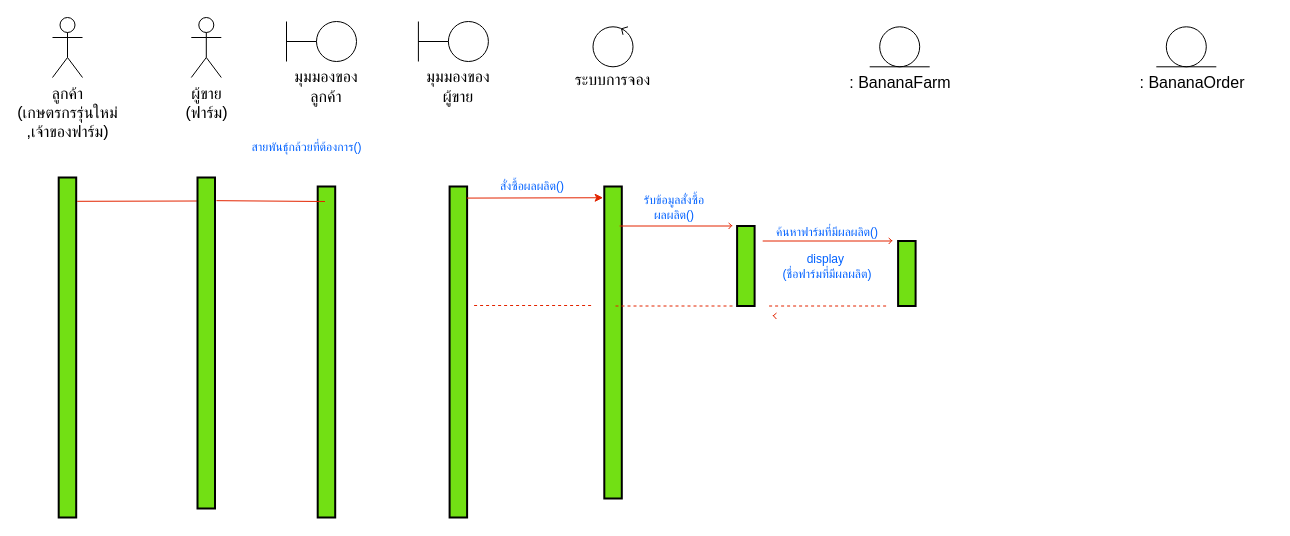
This is page "sequence" (2 of 2) of usecase(2).drawio from Phichayapa48/ProjectDetail2.github.io, a draw.io file, before an edit. Source tidied: cells renumbered, new cells numbered last; positions are measured from the earlier drawing's top-left corner, leaving out a move shared by most shapes. Both pictures are drawn from the tidied source at 100%, with x=0, y=0 at pixel (52, 17).
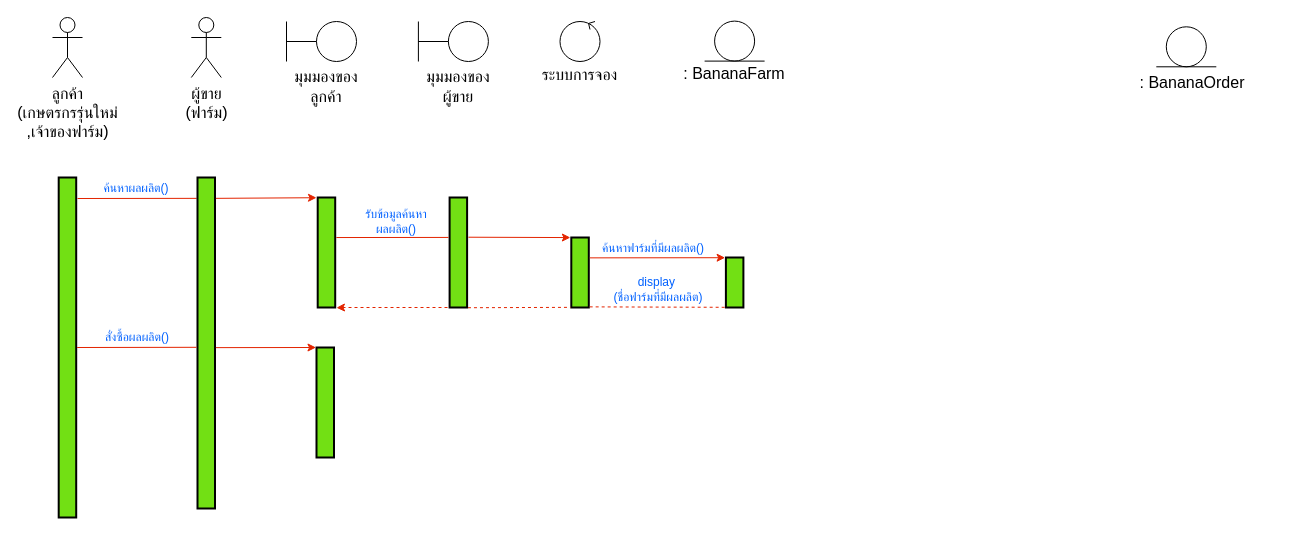
After the change.

The change refers to these unchanged cells:
```xml
<mxCell id="18" style="rounded=0;whiteSpace=wrap;html=1;fillColor=#72E014;strokeWidth=2;" parent="1" vertex="1">
  <mxGeometry x="6.2" y="160" width="17.5" height="340" as="geometry" />
</mxCell>
<mxCell id="21" style="rounded=0;whiteSpace=wrap;html=1;fillColor=#72E014;strokeWidth=2;" parent="1" vertex="1">
  <mxGeometry x="145" y="160" width="17.5" height="331" as="geometry" />
</mxCell>
```

The edit, as a diff of the source:
```diff
@@
     <mxCell id="8" style="ellipse;whiteSpace=wrap;html=1;" parent="1" vertex="1">
-      <mxGeometry x="540.5" y="9.3" width="40" height="40" as="geometry" />
+      <mxGeometry x="507.5" y="4" width="40" height="40" as="geometry" />
     </mxCell>
     <mxCell id="9" style="endArrow=none;html=1;rounded=0;exitX=0.717;exitY=0.048;exitDx=0;exitDy=0;exitPerimeter=0;" parent="1" edge="1" source="8">
       <mxGeometry relative="1" as="geometry">
-        <mxPoint x="575.5" y="9.3" as="targetPoint" />
+        <mxPoint x="542.5" y="4" as="targetPoint" />
       </mxGeometry>
     </mxCell>
     <mxCell id="10" style="endArrow=none;html=1;rounded=0;entryX=0.716;entryY=0.055;entryDx=0;entryDy=0;entryPerimeter=0;" parent="1" edge="1" target="8">
       <mxGeometry relative="1" as="geometry">
-        <mxPoint x="570.5" y="17.3" as="sourcePoint" />
+        <mxPoint x="537.5" y="12" as="sourcePoint" />
       </mxGeometry>
     </mxCell>
     <mxCell id="11" value="ระบบการจอง" style="text;html=1;align=center;verticalAlign=middle;whiteSpace=wrap;rounded=0;fontSize=16;" parent="1" vertex="1">
-      <mxGeometry x="513" y="45.3" width="95" height="34" as="geometry" />
+      <mxGeometry x="480" y="40" width="95" height="34" as="geometry" />
     </mxCell>
     <mxCell id="12" style="ellipse;whiteSpace=wrap;html=1;" parent="1" vertex="1">
-      <mxGeometry x="827.2" y="9.3" width="40" height="40" as="geometry" />
+      <mxGeometry x="662.1" y="3.6" width="40" height="40" as="geometry" />
     </mxCell>
     <mxCell id="13" style="endArrow=none;html=1;rounded=0;" parent="1" edge="1">
       <mxGeometry relative="1" as="geometry">
-        <mxPoint x="817.2" y="49.3" as="sourcePoint" />
-        <mxPoint x="877.2" y="49.3" as="targetPoint" />
+        <mxPoint x="652.1" y="43.6" as="sourcePoint" />
+        <mxPoint x="712.1" y="43.6" as="targetPoint" />
       </mxGeometry>
     </mxCell>
     <mxCell id="14" value=": BananaFarm" style="text;html=1;align=center;verticalAlign=middle;whiteSpace=wrap;rounded=0;fontSize=16;" parent="1" vertex="1">
-      <mxGeometry x="773.5" y="50" width="147.5" height="30" as="geometry" />
+      <mxGeometry x="608.4" y="40.7" width="147.5" height="30" as="geometry" />
     </mxCell>
@@
-    <mxCell id="19" style="endArrow=none;html=1;rounded=0;strokeColor=light-dark(#e32400, #ededed);exitX=1.054;exitY=0.07;exitDx=0;exitDy=0;exitPerimeter=0;entryX=-0.039;entryY=0.071;entryDx=0;entryDy=0;entryPerimeter=0;" parent="1" edge="1" source="18" target="21">
-      <mxGeometry relative="1" as="geometry" />
+    <mxCell id="19" style="endArrow=none;html=1;rounded=0;strokeColor=light-dark(#e32400, #ededed);entryX=-0.049;entryY=0.063;entryDx=0;entryDy=0;entryPerimeter=0;" parent="1" edge="1" target="21">
+      <mxGeometry relative="1" as="geometry">
+        <mxPoint x="25" y="181" as="sourcePoint" />
+      </mxGeometry>
     </mxCell>
@@
     <mxCell id="22" style="rounded=0;whiteSpace=wrap;html=1;fillColor=#72E014;strokeWidth=2;" parent="1" vertex="1">
-      <mxGeometry x="397.1" y="169" width="17.5" height="331" as="geometry" />
+      <mxGeometry x="397.1" y="180" width="17.5" height="110" as="geometry" />
     </mxCell>
-    <mxCell id="23" value="สายพันธุ์กล้วยที่ต้องการ()" style="text;html=1;align=center;verticalAlign=middle;whiteSpace=wrap;rounded=0;fontColor=light-dark(#0061ff, #ededed);" parent="1" vertex="1">
-      <mxGeometry x="185" y="115" width="139" height="30" as="geometry" />
-    </mxCell>
     <mxCell id="24" style="rounded=0;whiteSpace=wrap;html=1;fillColor=#72E014;strokeWidth=2;" parent="1" vertex="1">
-      <mxGeometry x="551.8" y="169" width="17.5" height="312" as="geometry" />
+      <mxGeometry x="518.8" y="220" width="17.5" height="70" as="geometry" />
     </mxCell>
-    <mxCell id="25" value="สั่งซื้อผลผลิต()" style="text;html=1;align=center;verticalAlign=middle;whiteSpace=wrap;rounded=0;fontColor=light-dark(#0061ff, #ededed);fontSize=12;" parent="1" vertex="1">
-      <mxGeometry x="418.8" y="154" width="121.8" height="30" as="geometry" />
+    <mxCell id="25" value="ค้นหาผลผลิต()" style="text;html=1;align=center;verticalAlign=middle;whiteSpace=wrap;rounded=0;fontColor=light-dark(#0061ff, #ededed);fontSize=12;" parent="1" vertex="1">
+      <mxGeometry x="23.2" y="156" width="121.8" height="30" as="geometry" />
     </mxCell>
     <mxCell id="26" style="rounded=0;whiteSpace=wrap;html=1;fillColor=#72E014;strokeWidth=2;" parent="1" vertex="1">
-      <mxGeometry x="684.6" y="208.5" width="17.5" height="80" as="geometry" />
+      <mxGeometry x="673.4" y="240" width="17.5" height="50" as="geometry" />
     </mxCell>
@@
-    <mxCell id="29" value="รับข้อมูลสั่งซื้อ&lt;div&gt;ผลผลิต()&lt;/div&gt;" style="text;html=1;align=center;verticalAlign=middle;whiteSpace=wrap;rounded=0;fontColor=light-dark(#0061ff, #ededed);fontSize=12;" parent="1" vertex="1">
-      <mxGeometry x="560.9" y="175" width="121.8" height="30" as="geometry" />
+    <mxCell id="29" value="รับข้อมูลค้นหา&lt;div&gt;ผลผลิต()&lt;/div&gt;" style="text;html=1;align=center;verticalAlign=middle;whiteSpace=wrap;rounded=0;fontColor=light-dark(#0061ff, #ededed);fontSize=12;" parent="1" vertex="1">
+      <mxGeometry x="282.8" y="191" width="121.8" height="25" as="geometry" />
     </mxCell>
-    <mxCell id="30" style="endArrow=none;html=1;rounded=0;strokeColor=light-dark(#e32400, #ededed);" parent="1" edge="1">
-      <mxGeometry relative="1" as="geometry">
-        <mxPoint x="567.1" y="208.5" as="sourcePoint" />
-        <mxPoint x="678.6" y="208.5" as="targetPoint" />
-      </mxGeometry>
-    </mxCell>
-    <mxCell id="31" style="endArrow=none;html=1;rounded=0;strokeColor=#E32400;" parent="1" edge="1">
-      <mxGeometry relative="1" as="geometry">
-        <mxPoint x="680.1" y="208.7" as="sourcePoint" />
-        <mxPoint x="679.9" y="208.5" as="targetPoint" />
-      </mxGeometry>
-    </mxCell>
-    <mxCell id="32" style="endArrow=none;html=1;rounded=0;strokeColor=#E32400;entryX=-0.038;entryY=-0.002;entryDx=0;entryDy=0;entryPerimeter=0;" parent="1" edge="1">
-      <mxGeometry relative="1" as="geometry">
-        <mxPoint x="676.1" y="211.5" as="sourcePoint" />
-        <mxPoint x="679.5" y="207.8" as="targetPoint" />
-      </mxGeometry>
-    </mxCell>
-    <mxCell id="33" style="endArrow=none;html=1;rounded=0;strokeColor=#E32400;entryX=-0.036;entryY=0;entryDx=0;entryDy=0;entryPerimeter=0;" parent="1" edge="1">
-      <mxGeometry relative="1" as="geometry">
-        <mxPoint x="676.1" y="205.5" as="sourcePoint" />
-        <mxPoint x="679.6" y="208.5" as="targetPoint" />
-      </mxGeometry>
-    </mxCell>
-    <mxCell id="34" style="rounded=0;whiteSpace=wrap;html=1;fillColor=#72E014;strokeWidth=2;" parent="1" vertex="1">
-      <mxGeometry x="845.6" y="223.5" width="17.5" height="65" as="geometry" />
-    </mxCell>
     <mxCell id="35" value="ค้นหาฟาร์มที่มีผลผลิต()" style="text;html=1;align=center;verticalAlign=middle;whiteSpace=wrap;rounded=0;fontColor=light-dark(#0061ff, #ededed);fontSize=12;" parent="1" vertex="1">
-      <mxGeometry x="713.9" y="199.5" width="121.8" height="30" as="geometry" />
+      <mxGeometry x="540.4" y="216" width="121.8" height="30" as="geometry" />
     </mxCell>
-    <mxCell id="36" style="endArrow=none;html=1;rounded=0;strokeColor=light-dark(#e32400, #ededed);" parent="1" edge="1">
-      <mxGeometry relative="1" as="geometry">
-        <mxPoint x="710.2" y="223.5" as="sourcePoint" />
-        <mxPoint x="838.7" y="223.5" as="targetPoint" />
-      </mxGeometry>
-    </mxCell>
@@
-    <mxCell id="38" style="endArrow=none;html=1;rounded=0;strokeColor=#E32400;entryX=-0.038;entryY=-0.002;entryDx=0;entryDy=0;entryPerimeter=0;" parent="1" edge="1">
-      <mxGeometry relative="1" as="geometry">
-        <mxPoint x="836.2" y="226.5" as="sourcePoint" />
-        <mxPoint x="839.6" y="222.8" as="targetPoint" />
-      </mxGeometry>
-    </mxCell>
-    <mxCell id="39" style="endArrow=none;html=1;rounded=0;strokeColor=#E32400;entryX=-0.036;entryY=0;entryDx=0;entryDy=0;entryPerimeter=0;" parent="1" edge="1">
-      <mxGeometry relative="1" as="geometry">
-        <mxPoint x="836.2" y="220.5" as="sourcePoint" />
-        <mxPoint x="839.6" y="223.5" as="targetPoint" />
-      </mxGeometry>
-    </mxCell>
     <mxCell id="40" value="display&amp;nbsp;&lt;div&gt;(ชื่อฟาร์มที่มีผลผลิต)&lt;/div&gt;" style="text;html=1;align=center;verticalAlign=middle;whiteSpace=wrap;rounded=0;fontColor=light-dark(#0061ff, #ededed);fontSize=12;" parent="1" vertex="1">
-      <mxGeometry x="702.7" y="233.5" width="144.2" height="30" as="geometry" />
+      <mxGeometry x="534" y="257" width="144.2" height="30" as="geometry" />
     </mxCell>
-    <mxCell id="41" style="endArrow=none;html=1;rounded=0;strokeColor=#E32400;" parent="1" edge="1">
-      <mxGeometry relative="1" as="geometry">
-        <mxPoint x="714.5" y="288.5" as="sourcePoint" />
-        <mxPoint x="714.3" y="288.7" as="targetPoint" />
-      </mxGeometry>
-    </mxCell>
-    <mxCell id="42" style="endArrow=none;dashed=1;html=1;rounded=0;strokeColor=light-dark(#E32400,#EDEDED);" parent="1" edge="1">
-      <mxGeometry relative="1" as="geometry">
-        <mxPoint x="716.6" y="288.5" as="sourcePoint" />
-        <mxPoint x="834.2" y="288.5" as="targetPoint" />
-      </mxGeometry>
+    <mxCell id="42" style="endArrow=none;dashed=1;html=1;rounded=0;strokeColor=light-dark(#E32400,#EDEDED);entryX=-0.059;entryY=0.996;entryDx=0;entryDy=0;entryPerimeter=0;exitX=1.05;exitY=0.991;exitDx=0;exitDy=0;exitPerimeter=0;" parent="1" edge="1" source="24" target="26">
+      <mxGeometry relative="1" as="geometry" />
     </mxCell>
@@
-    <mxCell id="47" style="endArrow=none;html=1;rounded=0;strokeColor=#E32400;" parent="1" edge="1">
-      <mxGeometry relative="1" as="geometry">
-        <mxPoint x="724.5" y="298.5" as="sourcePoint" />
-        <mxPoint x="724.3" y="298.7" as="targetPoint" />
-      </mxGeometry>
-    </mxCell>
-    <mxCell id="48" style="endArrow=none;html=1;rounded=0;strokeColor=#E32400;entryX=-0.038;entryY=-0.002;entryDx=0;entryDy=0;entryPerimeter=0;" parent="1" edge="1">
-      <mxGeometry relative="1" as="geometry">
-        <mxPoint x="720.5" y="297.8" as="sourcePoint" />
-        <mxPoint x="723.9" y="301.5" as="targetPoint" />
-      </mxGeometry>
-    </mxCell>
-    <mxCell id="49" style="endArrow=none;html=1;rounded=0;strokeColor=#E32400;entryX=-0.036;entryY=0;entryDx=0;entryDy=0;entryPerimeter=0;" parent="1" edge="1">
-      <mxGeometry relative="1" as="geometry">
-        <mxPoint x="720.5" y="298.5" as="sourcePoint" />
-        <mxPoint x="724" y="295.5" as="targetPoint" />
-      </mxGeometry>
-    </mxCell>
-    <mxCell id="50" style="endArrow=none;dashed=1;html=1;rounded=0;strokeColor=light-dark(#E32400,#EDEDED);" parent="1" edge="1">
-      <mxGeometry relative="1" as="geometry">
-        <mxPoint x="563" y="288.5" as="sourcePoint" />
-        <mxPoint x="680.5" y="288.5" as="targetPoint" />
-      </mxGeometry>
-    </mxCell>
-    <mxCell id="51" style="endArrow=none;dashed=1;html=1;rounded=0;strokeColor=light-dark(#E32400,#EDEDED);" parent="1" edge="1">
-      <mxGeometry relative="1" as="geometry">
-        <mxPoint x="421.6" y="288" as="sourcePoint" />
-        <mxPoint x="539.2" y="288" as="targetPoint" />
-      </mxGeometry>
-    </mxCell>
     <mxCell id="52" style="rounded=0;whiteSpace=wrap;html=1;fillColor=#72E014;strokeWidth=2;" parent="1" vertex="1">
-      <mxGeometry x="265.2" y="169" width="17.5" height="331" as="geometry" />
+      <mxGeometry x="265.2" y="180" width="17.5" height="110" as="geometry" />
     </mxCell>
@@
-    <mxCell id="54" style="endArrow=classic;html=1;rounded=0;exitX=0.988;exitY=0.035;exitDx=0;exitDy=0;exitPerimeter=0;entryX=-0.065;entryY=0.036;entryDx=0;entryDy=0;entryPerimeter=0;strokeColor=#E32400;" parent="1" edge="1" source="22" target="24">
+    <mxCell id="54" style="endArrow=classic;html=1;rounded=0;strokeColor=#E32400;entryX=-0.053;entryY=0.001;entryDx=0;entryDy=0;entryPerimeter=0;exitX=1.074;exitY=0.361;exitDx=0;exitDy=0;exitPerimeter=0;" parent="1" edge="1" source="22" target="24">
       <mxGeometry relative="1" as="geometry" />
     </mxCell>
-    <mxCell id="55" style="endArrow=none;html=1;rounded=0;strokeColor=light-dark(#e32400, #ededed);exitX=1.082;exitY=0.07;exitDx=0;exitDy=0;exitPerimeter=0;" parent="1" edge="1" source="21">
-      <mxGeometry relative="1" as="geometry">
-        <mxPoint x="272.5" y="184" as="targetPoint" />
-      </mxGeometry>
-    </mxCell>
+    <mxCell id="56" style="endArrow=classic;html=1;rounded=0;exitX=1.052;exitY=0.063;exitDx=0;exitDy=0;exitPerimeter=0;strokeColor=#E32400;entryX=-0.07;entryY=0.002;entryDx=0;entryDy=0;entryPerimeter=0;" parent="1" edge="1" source="21" target="52">
+      <mxGeometry relative="1" as="geometry" />
+    </mxCell>
+    <mxCell id="57" style="endArrow=none;html=1;rounded=0;strokeColor=light-dark(#e32400, #ededed);exitX=1.065;exitY=0.364;exitDx=0;exitDy=0;exitPerimeter=0;entryX=-0.061;entryY=0.363;entryDx=0;entryDy=0;entryPerimeter=0;" parent="1" edge="1" source="52" target="22">
+      <mxGeometry relative="1" as="geometry" />
+    </mxCell>
+    <mxCell id="58" style="endArrow=classic;html=1;rounded=0;exitX=1.055;exitY=0.291;exitDx=0;exitDy=0;exitPerimeter=0;strokeColor=#E32400;entryX=-0.045;entryY=0.004;entryDx=0;entryDy=0;entryPerimeter=0;" parent="1" edge="1" source="24" target="26">
+      <mxGeometry relative="1" as="geometry" />
+    </mxCell>
+    <mxCell id="59" style="endArrow=none;html=1;rounded=0;strokeColor=#E32400;" parent="1" edge="1">
+      <mxGeometry relative="1" as="geometry">
+        <mxPoint x="293.9" y="293" as="sourcePoint" />
+        <mxPoint x="293.7" y="293.2" as="targetPoint" />
+      </mxGeometry>
+    </mxCell>
+    <mxCell id="60" style="endArrow=classic;html=1;rounded=0;strokeColor=#E32400;entryX=1.073;entryY=1.002;entryDx=0;entryDy=0;entryPerimeter=0;" parent="1" edge="1" target="52">
+      <mxGeometry relative="1" as="geometry">
+        <mxPoint x="292" y="290" as="sourcePoint" />
+      </mxGeometry>
+    </mxCell>
+    <mxCell id="61" style="endArrow=none;dashed=1;html=1;rounded=0;strokeColor=light-dark(#E32400,#EDEDED);entryX=-0.049;entryY=0.998;entryDx=0;entryDy=0;exitX=1.05;exitY=1.002;exitDx=0;exitDy=0;exitPerimeter=0;entryPerimeter=0;" parent="1" edge="1" source="22" target="24">
+      <mxGeometry relative="1" as="geometry" />
+    </mxCell>
+    <mxCell id="62" style="endArrow=none;dashed=1;html=1;rounded=0;strokeColor=light-dark(#E32400,#EDEDED);exitX=1.069;exitY=0.268;exitDx=0;exitDy=0;exitPerimeter=0;entryX=0;entryY=1;entryDx=0;entryDy=0;" parent="1" edge="1" target="22">
+      <mxGeometry relative="1" as="geometry">
+        <mxPoint x="290" y="290" as="sourcePoint" />
+      </mxGeometry>
+    </mxCell>
+    <mxCell id="63" style="endArrow=none;html=1;rounded=0;strokeColor=light-dark(#e32400, #ededed);entryX=-0.053;entryY=0.513;entryDx=0;entryDy=0;entryPerimeter=0;" parent="1" edge="1" target="21">
+      <mxGeometry relative="1" as="geometry">
+        <mxPoint x="24.6" y="330" as="sourcePoint" />
+      </mxGeometry>
+    </mxCell>
+    <mxCell id="64" style="endArrow=none;html=1;rounded=0;strokeColor=#E32400;" parent="1" edge="1">
+      <mxGeometry relative="1" as="geometry">
+        <mxPoint x="146.2" y="326.2" as="sourcePoint" />
+        <mxPoint x="146" y="326" as="targetPoint" />
+      </mxGeometry>
+    </mxCell>
+    <mxCell id="65" value="สั่งซื้อผลผลิต()" style="text;html=1;align=center;verticalAlign=middle;whiteSpace=wrap;rounded=0;fontColor=light-dark(#0061ff, #ededed);fontSize=12;" parent="1" vertex="1">
+      <mxGeometry x="23.8" y="305" width="121.8" height="30" as="geometry" />
+    </mxCell>
+    <mxCell id="66" style="endArrow=none;html=1;rounded=0;strokeColor=#E32400;" parent="1" edge="1">
+      <mxGeometry relative="1" as="geometry">
+        <mxPoint x="263.3" y="326.2" as="sourcePoint" />
+        <mxPoint x="263.1" y="326" as="targetPoint" />
+      </mxGeometry>
+    </mxCell>
+    <mxCell id="67" style="endArrow=classic;html=1;rounded=0;exitX=1.05;exitY=0.514;exitDx=0;exitDy=0;exitPerimeter=0;strokeColor=#E32400;entryX=-0.07;entryY=0.002;entryDx=0;entryDy=0;entryPerimeter=0;" parent="1" edge="1" source="21">
+      <mxGeometry relative="1" as="geometry">
+        <mxPoint x="263.5" y="330" as="targetPoint" />
+      </mxGeometry>
+    </mxCell>
+    <mxCell id="68" style="rounded=0;whiteSpace=wrap;html=1;fillColor=#72E014;strokeWidth=2;" parent="1" vertex="1">
+      <mxGeometry x="264" y="330" width="17.5" height="110" as="geometry" />
+    </mxCell>
```
